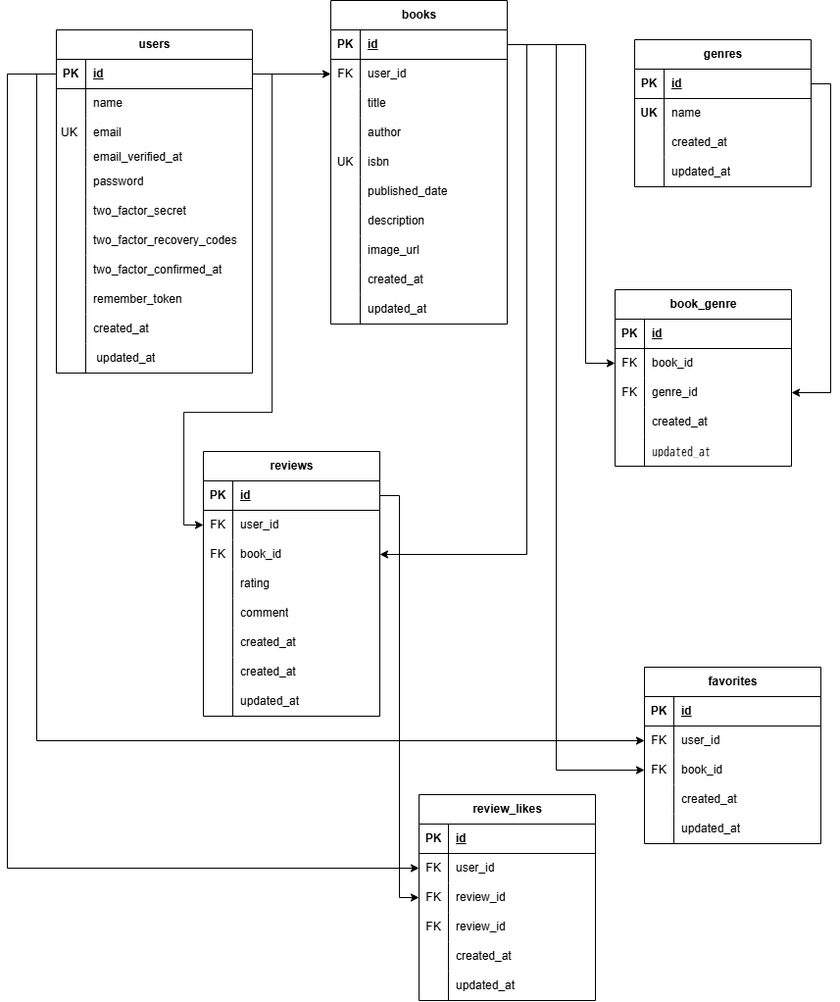
Above: docs/bookshelf-er.png in satomi-cell/bookshelf-app (draw.io), before the change. Source tidied: cells renumbered, new cells last; positions are measured from the earlier drawing's top-left corner, leaving out a move shared by most shapes.
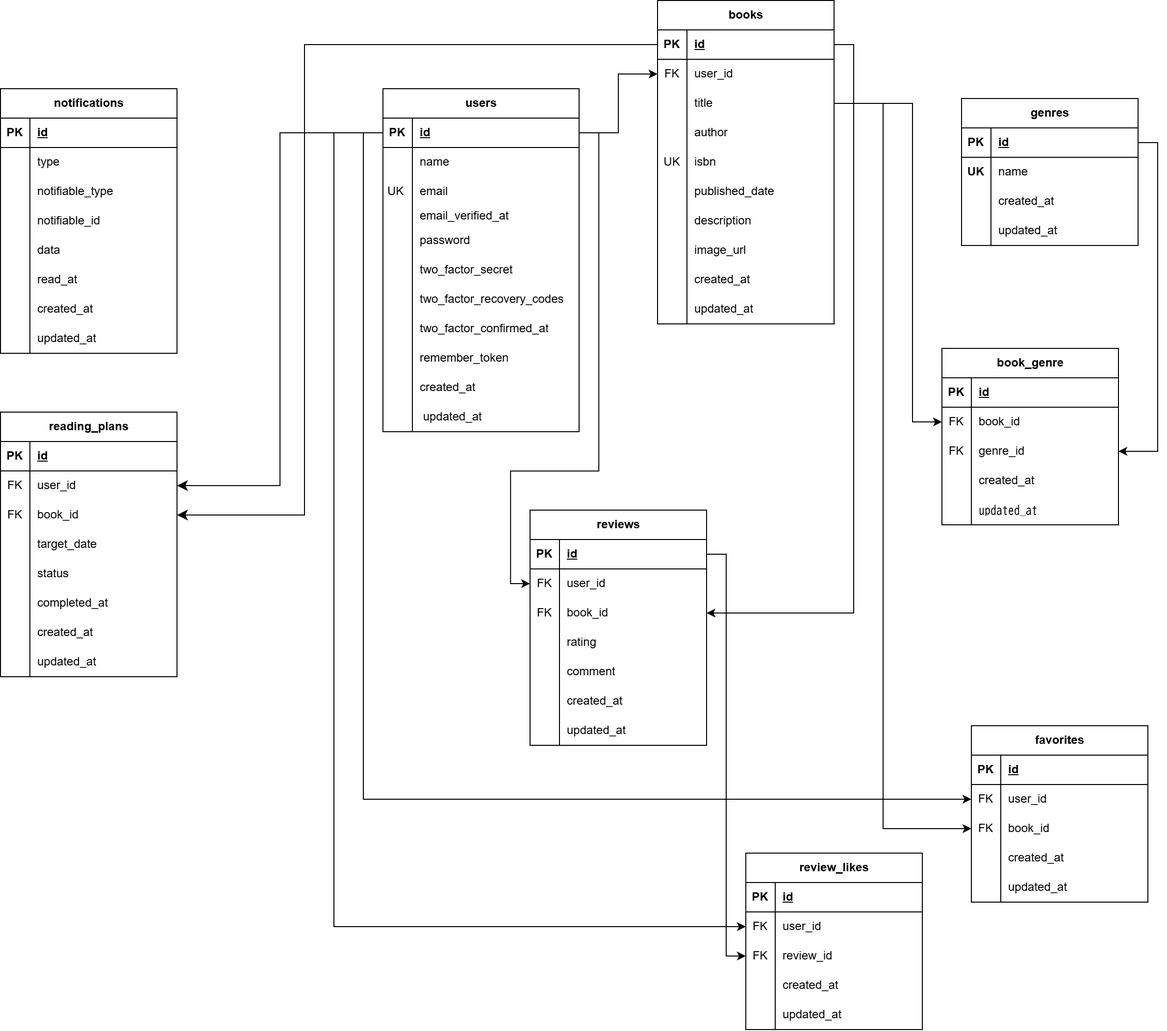
The same diagram one commit later.

Commit message:
Update ER diagram for advanced features

What changed in the source:
```diff
@@ -3,7 +3,7 @@
     <mxCell id="0" />
     <mxCell id="1" parent="0" />
     <mxCell id="2" value="books" style="shape=table;startSize=30;rowLines=0;fontStyle=1;align=center;html=1;" parent="1" vertex="1">
-      <mxGeometry x="330" width="180" height="330" as="geometry" />
+      <mxGeometry x="330" y="-60" width="180" height="330" as="geometry" />
     </mxCell>
     <mxCell id="3" style="shape=tableRow;horizontal=0;startSize=0;swimlaneHead=0;swimlaneBody=0;fillColor=none;points=[[0,0.5],[1,0.5]];portConstraint=eastwest;top=0;left=0;right=0;bottom=1;" parent="2" vertex="1">
       <mxGeometry y="30" width="180" height="30" as="geometry" />
@@ -183,7 +183,7 @@
       <mxGeometry x="30" width="150" height="30" as="geometry" />
     </mxCell>
     <mxCell id="62" value="reviews" style="shape=table;startSize=30;rowLines=0;fontStyle=1;align=center;html=1;" parent="1" vertex="1">
-      <mxGeometry x="200" y="460" width="180" height="270" as="geometry" />
+      <mxGeometry x="200" y="460" width="180" height="240" as="geometry" />
     </mxCell>
     <mxCell id="63" style="shape=tableRow;horizontal=0;startSize=0;swimlaneHead=0;swimlaneBody=0;fillColor=none;points=[[0,0.5],[1,0.5]];portConstraint=eastwest;top=0;left=0;right=0;bottom=1;" parent="62" vertex="1">
       <mxGeometry y="30" width="180" height="30" as="geometry" />
@@ -239,17 +239,8 @@
     <mxCell id="80" value="created_at" style="shape=partialRectangle;fillColor=none;top=0;left=0;bottom=0;right=0;align=left;spacingLeft=6;overflow=hidden;whiteSpace=wrap;html=1;" parent="78" vertex="1">
       <mxGeometry x="30" width="150" height="30" as="geometry" />
     </mxCell>
-    <mxCell id="81" style="shape=tableRow;horizontal=0;startSize=0;swimlaneHead=0;swimlaneBody=0;fillColor=none;top=0;left=0;right=0;bottom=0;" parent="62" vertex="1">
-      <mxGeometry y="210" width="180" height="30" as="geometry" />
-    </mxCell>
-    <mxCell id="82" style="shape=partialRectangle;fillColor=none;top=0;left=0;bottom=0;right=0;overflow=hidden;whiteSpace=wrap;html=1;" parent="81" vertex="1">
-      <mxGeometry width="30" height="30" as="geometry" />
-    </mxCell>
-    <mxCell id="83" value="created_at" style="shape=partialRectangle;fillColor=none;top=0;left=0;bottom=0;right=0;align=left;spacingLeft=6;overflow=hidden;whiteSpace=wrap;html=1;" parent="81" vertex="1">
-      <mxGeometry x="30" width="150" height="30" as="geometry" />
-    </mxCell>
     <mxCell id="84" style="shape=tableRow;horizontal=0;startSize=0;swimlaneHead=0;swimlaneBody=0;fillColor=none;top=0;left=0;right=0;bottom=0;" parent="62" vertex="1">
-      <mxGeometry y="240" width="180" height="30" as="geometry" />
+      <mxGeometry y="210" width="180" height="30" as="geometry" />
     </mxCell>
     <mxCell id="85" style="shape=partialRectangle;fillColor=none;top=0;left=0;bottom=0;right=0;overflow=hidden;whiteSpace=wrap;html=1;" parent="84" vertex="1">
       <mxGeometry width="30" height="30" as="geometry" />
@@ -306,7 +297,7 @@
       <mxGeometry x="30" width="150" height="30" as="geometry" />
     </mxCell>
     <mxCell id="103" value="review_likes" style="shape=table;startSize=30;rowLines=0;fontStyle=1;align=center;html=1;" parent="1" vertex="1">
-      <mxGeometry x="420" y="810" width="180" height="210" as="geometry" />
+      <mxGeometry x="420" y="810" width="180" height="180" as="geometry" />
     </mxCell>
     <mxCell id="104" style="shape=tableRow;horizontal=0;startSize=0;swimlaneHead=0;swimlaneBody=0;fillColor=none;top=0;left=0;right=0;bottom=1;" parent="103" vertex="1">
       <mxGeometry y="30" width="180" height="30" as="geometry" />
@@ -335,17 +326,8 @@
     <mxCell id="112" value="review_id" style="shape=partialRectangle;fillColor=none;top=0;left=0;bottom=0;right=0;align=left;spacingLeft=6;overflow=hidden;whiteSpace=wrap;html=1;" parent="110" vertex="1">
       <mxGeometry x="30" width="150" height="30" as="geometry" />
     </mxCell>
-    <mxCell id="113" style="shape=tableRow;horizontal=0;startSize=0;swimlaneHead=0;swimlaneBody=0;fillColor=none;top=0;left=0;right=0;bottom=0;" parent="103" vertex="1">
-      <mxGeometry y="120" width="180" height="30" as="geometry" />
-    </mxCell>
-    <mxCell id="114" value="FK" style="shape=partialRectangle;fillColor=none;top=0;left=0;bottom=0;right=0;overflow=hidden;whiteSpace=wrap;html=1;" parent="113" vertex="1">
-      <mxGeometry width="30" height="30" as="geometry" />
-    </mxCell>
-    <mxCell id="115" value="review_id" style="shape=partialRectangle;fillColor=none;top=0;left=0;bottom=0;right=0;align=left;spacingLeft=6;overflow=hidden;whiteSpace=wrap;html=1;" parent="113" vertex="1">
-      <mxGeometry x="30" width="150" height="30" as="geometry" />
-    </mxCell>
     <mxCell id="116" style="shape=tableRow;horizontal=0;startSize=0;swimlaneHead=0;swimlaneBody=0;fillColor=none;top=0;left=0;right=0;bottom=0;" parent="103" vertex="1">
-      <mxGeometry y="150" width="180" height="30" as="geometry" />
+      <mxGeometry y="120" width="180" height="30" as="geometry" />
     </mxCell>
     <mxCell id="117" style="shape=partialRectangle;fillColor=none;top=0;left=0;bottom=0;right=0;overflow=hidden;whiteSpace=wrap;html=1;" parent="116" vertex="1">
       <mxGeometry width="30" height="30" as="geometry" />
@@ -354,7 +336,7 @@
       <mxGeometry x="30" width="150" height="30" as="geometry" />
     </mxCell>
     <mxCell id="119" style="shape=tableRow;horizontal=0;startSize=0;swimlaneHead=0;swimlaneBody=0;fillColor=none;top=0;left=0;right=0;bottom=0;" parent="103" vertex="1">
-      <mxGeometry y="180" width="180" height="30" as="geometry" />
+      <mxGeometry y="150" width="180" height="30" as="geometry" />
     </mxCell>
     <mxCell id="120" style="shape=partialRectangle;fillColor=none;top=0;left=0;bottom=0;right=0;overflow=hidden;whiteSpace=wrap;html=1;" parent="119" vertex="1">
       <mxGeometry width="30" height="30" as="geometry" />
@@ -518,5 +500,166 @@
     <mxCell id="164" style="edgeStyle=orthogonalEdgeStyle;rounded=0;jettySize=auto;html=1;exitX=1;exitY=0.5;exitDx=0;exitDy=0;" parent="1" edge="1" source="63" target="110">
       <mxGeometry relative="1" as="geometry" />
     </mxCell>
+    <mxCell id="165" value="reading_plans" style="shape=table;startSize=30;rowLines=0;fontStyle=1;align=center;html=1;" parent="1" vertex="1">
+      <mxGeometry x="-340" y="360" width="180" height="270" as="geometry" />
+    </mxCell>
+    <mxCell id="166" style="shape=tableRow;horizontal=0;startSize=0;swimlaneHead=0;swimlaneBody=0;fillColor=none;top=0;left=0;right=0;bottom=1;" parent="165" vertex="1">
+      <mxGeometry y="30" width="180" height="30" as="geometry" />
+    </mxCell>
+    <mxCell id="167" value="PK" style="shape=partialRectangle;fillColor=none;top=0;left=0;bottom=0;right=0;fontStyle=1;overflow=hidden;whiteSpace=wrap;html=1;" parent="166" vertex="1">
+      <mxGeometry width="30" height="30" as="geometry" />
+    </mxCell>
+    <mxCell id="168" value="id" style="shape=partialRectangle;fillColor=none;top=0;left=0;bottom=0;right=0;align=left;spacingLeft=6;fontStyle=5;overflow=hidden;whiteSpace=wrap;html=1;" parent="166" vertex="1">
+      <mxGeometry x="30" width="150" height="30" as="geometry" />
+    </mxCell>
+    <mxCell id="169" style="shape=tableRow;horizontal=0;startSize=0;swimlaneHead=0;swimlaneBody=0;fillColor=none;points=[[0,0.5],[1,0.5]];portConstraint=eastwest;top=0;left=0;right=0;bottom=0;" parent="165" vertex="1">
+      <mxGeometry y="60" width="180" height="30" as="geometry" />
+    </mxCell>
+    <mxCell id="170" value="FK" style="shape=partialRectangle;fillColor=none;top=0;left=0;bottom=0;right=0;overflow=hidden;whiteSpace=wrap;html=1;" parent="169" vertex="1">
+      <mxGeometry width="30" height="30" as="geometry" />
+    </mxCell>
+    <mxCell id="171" value="user_id" style="shape=partialRectangle;fillColor=none;top=0;left=0;bottom=0;right=0;align=left;spacingLeft=6;overflow=hidden;whiteSpace=wrap;html=1;" parent="169" vertex="1">
+      <mxGeometry x="30" width="150" height="30" as="geometry" />
+    </mxCell>
+    <mxCell id="172" style="shape=tableRow;horizontal=0;startSize=0;swimlaneHead=0;swimlaneBody=0;fillColor=none;points=[[0,0.5],[1,0.5]];portConstraint=eastwest;top=0;left=0;right=0;bottom=0;" parent="165" vertex="1">
+      <mxGeometry y="90" width="180" height="30" as="geometry" />
+    </mxCell>
+    <mxCell id="173" value="FK" style="shape=partialRectangle;fillColor=none;top=0;left=0;bottom=0;right=0;overflow=hidden;whiteSpace=wrap;html=1;" parent="172" vertex="1">
+      <mxGeometry width="30" height="30" as="geometry" />
+    </mxCell>
+    <mxCell id="174" value="book_id" style="shape=partialRectangle;fillColor=none;top=0;left=0;bottom=0;right=0;align=left;spacingLeft=6;overflow=hidden;whiteSpace=wrap;html=1;" parent="172" vertex="1">
+      <mxGeometry x="30" width="150" height="30" as="geometry" />
+    </mxCell>
+    <mxCell id="175" style="shape=tableRow;horizontal=0;startSize=0;swimlaneHead=0;swimlaneBody=0;fillColor=none;top=0;left=0;right=0;bottom=0;" parent="165" vertex="1">
+      <mxGeometry y="120" width="180" height="30" as="geometry" />
+    </mxCell>
+    <mxCell id="176" style="shape=partialRectangle;fillColor=none;top=0;left=0;bottom=0;right=0;overflow=hidden;whiteSpace=wrap;html=1;" parent="175" vertex="1">
+      <mxGeometry width="30" height="30" as="geometry" />
+    </mxCell>
+    <mxCell id="177" value="target_date" style="shape=partialRectangle;fillColor=none;top=0;left=0;bottom=0;right=0;align=left;spacingLeft=6;overflow=hidden;whiteSpace=wrap;html=1;" parent="175" vertex="1">
+      <mxGeometry x="30" width="150" height="30" as="geometry" />
+    </mxCell>
+    <mxCell id="178" style="shape=tableRow;horizontal=0;startSize=0;swimlaneHead=0;swimlaneBody=0;fillColor=none;top=0;left=0;right=0;bottom=0;" parent="165" vertex="1">
+      <mxGeometry y="150" width="180" height="30" as="geometry" />
+    </mxCell>
+    <mxCell id="179" style="shape=partialRectangle;fillColor=none;top=0;left=0;bottom=0;right=0;overflow=hidden;whiteSpace=wrap;html=1;" parent="178" vertex="1">
+      <mxGeometry width="30" height="30" as="geometry" />
+    </mxCell>
+    <mxCell id="180" value="status" style="shape=partialRectangle;fillColor=none;top=0;left=0;bottom=0;right=0;align=left;spacingLeft=6;overflow=hidden;whiteSpace=wrap;html=1;" parent="178" vertex="1">
+      <mxGeometry x="30" width="150" height="30" as="geometry" />
+    </mxCell>
+    <mxCell id="181" style="shape=tableRow;horizontal=0;startSize=0;swimlaneHead=0;swimlaneBody=0;fillColor=none;top=0;left=0;right=0;bottom=0;" parent="165" vertex="1">
+      <mxGeometry y="180" width="180" height="30" as="geometry" />
+    </mxCell>
+    <mxCell id="182" style="shape=partialRectangle;fillColor=none;top=0;left=0;bottom=0;right=0;overflow=hidden;whiteSpace=wrap;html=1;" parent="181" vertex="1">
+      <mxGeometry width="30" height="30" as="geometry" />
+    </mxCell>
+    <mxCell id="183" value="completed_at" style="shape=partialRectangle;fillColor=none;top=0;left=0;bottom=0;right=0;align=left;spacingLeft=6;overflow=hidden;whiteSpace=wrap;html=1;" parent="181" vertex="1">
+      <mxGeometry x="30" width="150" height="30" as="geometry" />
+    </mxCell>
+    <mxCell id="184" style="shape=tableRow;horizontal=0;startSize=0;swimlaneHead=0;swimlaneBody=0;fillColor=none;top=0;left=0;right=0;bottom=0;" parent="165" vertex="1">
+      <mxGeometry y="210" width="180" height="30" as="geometry" />
+    </mxCell>
+    <mxCell id="185" style="shape=partialRectangle;fillColor=none;top=0;left=0;bottom=0;right=0;overflow=hidden;whiteSpace=wrap;html=1;" parent="184" vertex="1">
+      <mxGeometry width="30" height="30" as="geometry" />
+    </mxCell>
+    <mxCell id="186" value="created_at" style="shape=partialRectangle;fillColor=none;top=0;left=0;bottom=0;right=0;align=left;spacingLeft=6;overflow=hidden;whiteSpace=wrap;html=1;" parent="184" vertex="1">
+      <mxGeometry x="30" width="150" height="30" as="geometry" />
+    </mxCell>
+    <mxCell id="187" style="shape=tableRow;horizontal=0;startSize=0;swimlaneHead=0;swimlaneBody=0;fillColor=none;top=0;left=0;right=0;bottom=0;" parent="165" vertex="1">
+      <mxGeometry y="240" width="180" height="30" as="geometry" />
+    </mxCell>
+    <mxCell id="188" style="shape=partialRectangle;fillColor=none;top=0;left=0;bottom=0;right=0;overflow=hidden;whiteSpace=wrap;html=1;" parent="187" vertex="1">
+      <mxGeometry width="30" height="30" as="geometry" />
+    </mxCell>
+    <mxCell id="189" value="updated_at" style="shape=partialRectangle;fillColor=none;top=0;left=0;bottom=0;right=0;align=left;spacingLeft=6;overflow=hidden;whiteSpace=wrap;html=1;" parent="187" vertex="1">
+      <mxGeometry x="30" width="150" height="30" as="geometry" />
+    </mxCell>
+    <mxCell id="190" value="notifications" style="shape=table;startSize=30;rowLines=0;fontStyle=1;align=center;html=1;" parent="1" vertex="1">
+      <mxGeometry x="-340" y="30" width="180" height="270" as="geometry" />
+    </mxCell>
+    <mxCell id="191" style="shape=tableRow;horizontal=0;startSize=0;swimlaneHead=0;swimlaneBody=0;fillColor=none;top=0;left=0;right=0;bottom=1;" parent="190" vertex="1">
+      <mxGeometry y="30" width="180" height="30" as="geometry" />
+    </mxCell>
+    <mxCell id="192" value="PK" style="shape=partialRectangle;fillColor=none;top=0;left=0;bottom=0;right=0;fontStyle=1;overflow=hidden;whiteSpace=wrap;html=1;" parent="191" vertex="1">
+      <mxGeometry width="30" height="30" as="geometry" />
+    </mxCell>
+    <mxCell id="193" value="id" style="shape=partialRectangle;fillColor=none;top=0;left=0;bottom=0;right=0;align=left;spacingLeft=6;fontStyle=5;overflow=hidden;whiteSpace=wrap;html=1;" parent="191" vertex="1">
+      <mxGeometry x="30" width="150" height="30" as="geometry" />
+    </mxCell>
+    <mxCell id="194" style="shape=tableRow;horizontal=0;startSize=0;swimlaneHead=0;swimlaneBody=0;fillColor=none;top=0;left=0;right=0;bottom=0;" parent="190" vertex="1">
+      <mxGeometry y="60" width="180" height="30" as="geometry" />
+    </mxCell>
+    <mxCell id="195" style="shape=partialRectangle;fillColor=none;top=0;left=0;bottom=0;right=0;overflow=hidden;whiteSpace=wrap;html=1;" parent="194" vertex="1">
+      <mxGeometry width="30" height="30" as="geometry" />
+    </mxCell>
+    <mxCell id="196" value="type" style="shape=partialRectangle;fillColor=none;top=0;left=0;bottom=0;right=0;align=left;spacingLeft=6;overflow=hidden;whiteSpace=wrap;html=1;" parent="194" vertex="1">
+      <mxGeometry x="30" width="150" height="30" as="geometry" />
+    </mxCell>
+    <mxCell id="197" style="shape=tableRow;horizontal=0;startSize=0;swimlaneHead=0;swimlaneBody=0;fillColor=none;top=0;left=0;right=0;bottom=0;" parent="190" vertex="1">
+      <mxGeometry y="90" width="180" height="30" as="geometry" />
+    </mxCell>
+    <mxCell id="198" style="shape=partialRectangle;fillColor=none;top=0;left=0;bottom=0;right=0;overflow=hidden;whiteSpace=wrap;html=1;" parent="197" vertex="1">
+      <mxGeometry width="30" height="30" as="geometry" />
+    </mxCell>
+    <mxCell id="199" value="notifiable_type" style="shape=partialRectangle;fillColor=none;top=0;left=0;bottom=0;right=0;align=left;spacingLeft=6;overflow=hidden;whiteSpace=wrap;html=1;" parent="197" vertex="1">
+      <mxGeometry x="30" width="150" height="30" as="geometry" />
+    </mxCell>
+    <mxCell id="200" style="shape=tableRow;horizontal=0;startSize=0;swimlaneHead=0;swimlaneBody=0;fillColor=none;top=0;left=0;right=0;bottom=0;" parent="190" vertex="1">
+      <mxGeometry y="120" width="180" height="30" as="geometry" />
+    </mxCell>
+    <mxCell id="201" style="shape=partialRectangle;fillColor=none;top=0;left=0;bottom=0;right=0;overflow=hidden;whiteSpace=wrap;html=1;" parent="200" vertex="1">
+      <mxGeometry width="30" height="30" as="geometry" />
+    </mxCell>
+    <mxCell id="202" value="notifiable_id" style="shape=partialRectangle;fillColor=none;top=0;left=0;bottom=0;right=0;align=left;spacingLeft=6;overflow=hidden;whiteSpace=wrap;html=1;" parent="200" vertex="1">
+      <mxGeometry x="30" width="150" height="30" as="geometry" />
+    </mxCell>
+    <mxCell id="203" style="shape=tableRow;horizontal=0;startSize=0;swimlaneHead=0;swimlaneBody=0;fillColor=none;top=0;left=0;right=0;bottom=0;" parent="190" vertex="1">
+      <mxGeometry y="150" width="180" height="30" as="geometry" />
+    </mxCell>
+    <mxCell id="204" style="shape=partialRectangle;fillColor=none;top=0;left=0;bottom=0;right=0;overflow=hidden;whiteSpace=wrap;html=1;" parent="203" vertex="1">
+      <mxGeometry width="30" height="30" as="geometry" />
+    </mxCell>
+    <mxCell id="205" value="data" style="shape=partialRectangle;fillColor=none;top=0;left=0;bottom=0;right=0;align=left;spacingLeft=6;overflow=hidden;whiteSpace=wrap;html=1;" parent="203" vertex="1">
+      <mxGeometry x="30" width="150" height="30" as="geometry" />
+    </mxCell>
+    <mxCell id="206" style="shape=tableRow;horizontal=0;startSize=0;swimlaneHead=0;swimlaneBody=0;fillColor=none;top=0;left=0;right=0;bottom=0;" parent="190" vertex="1">
+      <mxGeometry y="180" width="180" height="30" as="geometry" />
+    </mxCell>
+    <mxCell id="207" style="shape=partialRectangle;fillColor=none;top=0;left=0;bottom=0;right=0;overflow=hidden;whiteSpace=wrap;html=1;" parent="206" vertex="1">
+      <mxGeometry width="30" height="30" as="geometry" />
+    </mxCell>
+    <mxCell id="208" value="read_at" style="shape=partialRectangle;fillColor=none;top=0;left=0;bottom=0;right=0;align=left;spacingLeft=6;overflow=hidden;whiteSpace=wrap;html=1;" parent="206" vertex="1">
+      <mxGeometry x="30" width="150" height="30" as="geometry" />
+    </mxCell>
+    <mxCell id="209" style="shape=tableRow;horizontal=0;startSize=0;swimlaneHead=0;swimlaneBody=0;fillColor=none;top=0;left=0;right=0;bottom=0;" parent="190" vertex="1">
+      <mxGeometry y="210" width="180" height="30" as="geometry" />
+    </mxCell>
+    <mxCell id="210" style="shape=partialRectangle;fillColor=none;top=0;left=0;bottom=0;right=0;overflow=hidden;whiteSpace=wrap;html=1;" parent="209" vertex="1">
+      <mxGeometry width="30" height="30" as="geometry" />
+    </mxCell>
+    <mxCell id="211" value="created_at" style="shape=partialRectangle;fillColor=none;top=0;left=0;bottom=0;right=0;align=left;spacingLeft=6;overflow=hidden;whiteSpace=wrap;html=1;" parent="209" vertex="1">
+      <mxGeometry x="30" width="150" height="30" as="geometry" />
+    </mxCell>
+    <mxCell id="212" style="shape=tableRow;horizontal=0;startSize=0;swimlaneHead=0;swimlaneBody=0;fillColor=none;top=0;left=0;right=0;bottom=0;" parent="190" vertex="1">
+      <mxGeometry y="240" width="180" height="30" as="geometry" />
+    </mxCell>
+    <mxCell id="213" style="shape=partialRectangle;fillColor=none;top=0;left=0;bottom=0;right=0;overflow=hidden;whiteSpace=wrap;html=1;" parent="212" vertex="1">
+      <mxGeometry width="30" height="30" as="geometry" />
+    </mxCell>
+    <mxCell id="214" value="updated_at" style="shape=partialRectangle;fillColor=none;top=0;left=0;bottom=0;right=0;align=left;spacingLeft=6;overflow=hidden;whiteSpace=wrap;html=1;" parent="212" vertex="1">
+      <mxGeometry x="30" width="150" height="30" as="geometry" />
+    </mxCell>
+    <mxCell id="215" style="endArrow=classic;html=1;rounded=0;fontSize=12;defaultLabelBackgroundColor=page;labelPadding=0 4;startSize=8;endSize=8;edgeStyle=orthogonalEdgeStyle;exitX=0;exitY=0.5;exitDx=0;exitDy=0;entryX=1;entryY=0.5;entryDx=0;entryDy=0;" parent="1" edge="1" source="124" target="169">
+      <mxGeometry x="-0.74" relative="1" as="geometry" />
+    </mxCell>
+    <mxCell id="216" style="endArrow=classic;html=1;rounded=0;fontSize=12;defaultLabelBackgroundColor=page;labelPadding=0 4;startSize=8;endSize=8;edgeStyle=orthogonalEdgeStyle;exitX=0;exitY=0.5;exitDx=0;exitDy=0;entryX=1;entryY=0.5;entryDx=0;entryDy=0;" parent="1" edge="1" source="3" target="172">
+      <mxGeometry relative="1" as="geometry">
+        <Array as="points">
+          <mxPoint x="-30" y="-15" />
+          <mxPoint x="-30" y="465" />
+        </Array>
+      </mxGeometry>
+    </mxCell>
   </root>
 </mxGraphModel>
```
